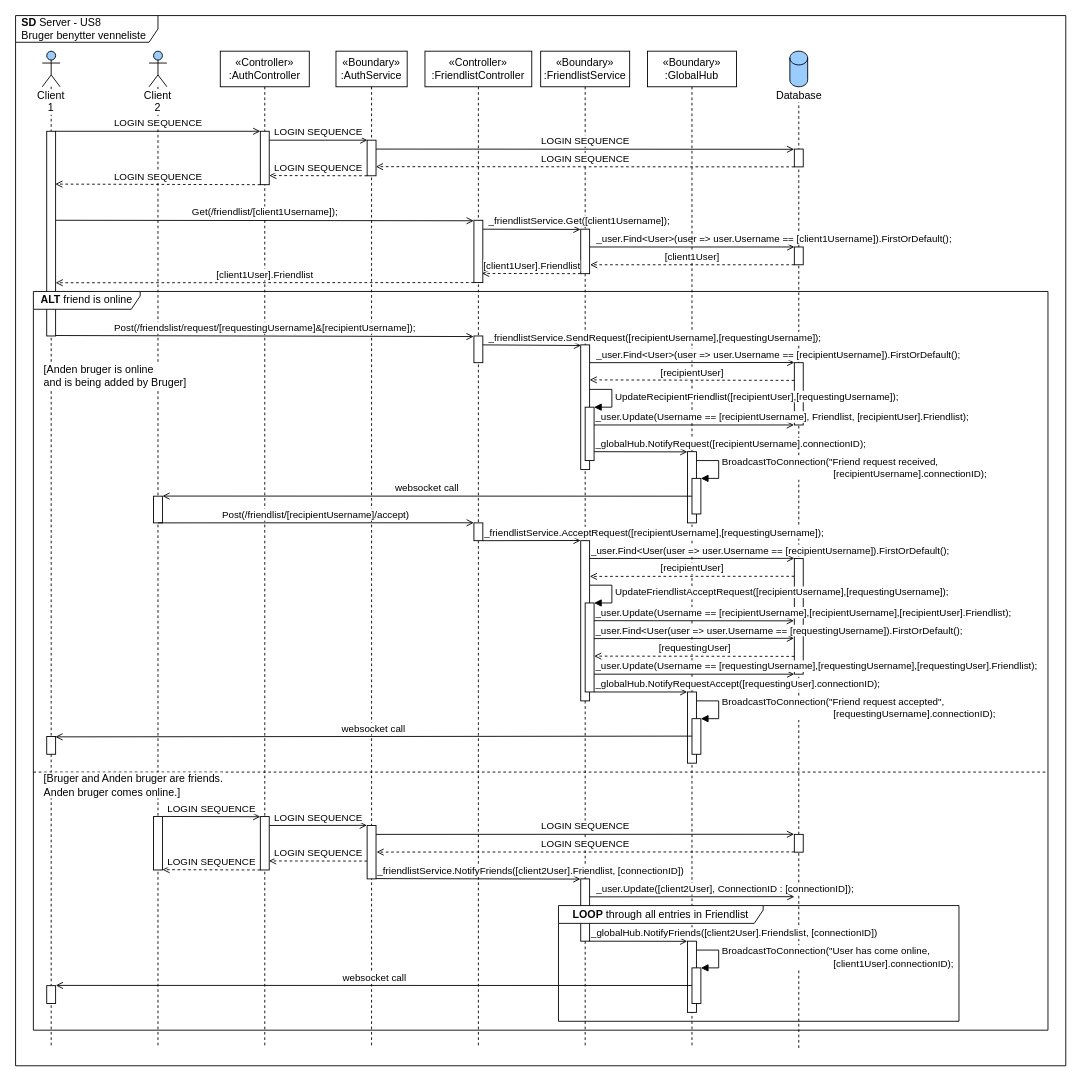
The draw.io diagram page "SD-Server" (2 of 3) of diagrams/arkitektur/US8_friendslist.drawio in Macradon/I7BAC-PlugNPlay, before the edit. Source tidied: cells renumbered, new cells numbered last; positions are measured from the earlier drawing's top-left corner, leaving out a move shared by most shapes. Both pictures are drawn from the tidied source at 89%, with x=0, y=0 at pixel (15, 15).
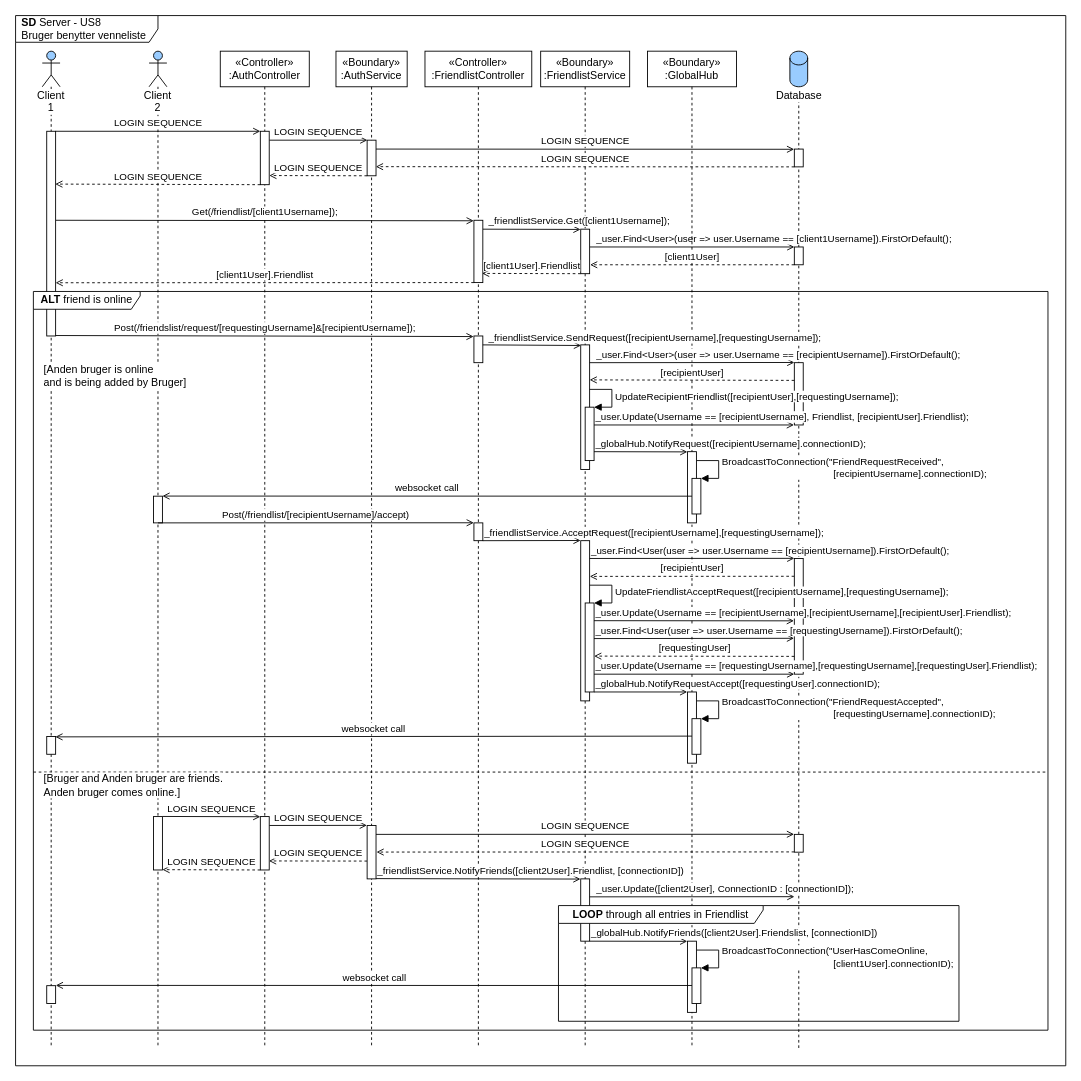
Above is the later version.

Unchanged cells that the change refers to:
```xml
<mxCell id="77" style="html=1;points=[];perimeter=orthogonalPerimeter;labelBackgroundColor=#ffffff;align=center;" parent="1" vertex="1">
  <mxGeometry x="760" y="790" width="10" height="40" as="geometry" />
</mxCell>
<mxCell id="82" style="html=1;points=[];perimeter=orthogonalPerimeter;labelBackgroundColor=#ffffff;align=center;" parent="1" vertex="1">
  <mxGeometry x="760" y="1070" width="10" height="40" as="geometry" />
</mxCell>
<mxCell id="87" style="html=1;points=[];perimeter=orthogonalPerimeter;labelBackgroundColor=#ffffff;align=center;" parent="1" vertex="1">
  <mxGeometry x="760" y="520" width="10" height="40" as="geometry" />
</mxCell>
```

Change to the diagram source:
```diff
@@
-    <mxCell id="25" value="BroadcastToConnection(&quot;Friend request received,&lt;br&gt;&amp;nbsp; &amp;nbsp; &amp;nbsp; &amp;nbsp; &amp;nbsp; &amp;nbsp; &amp;nbsp; &amp;nbsp; &amp;nbsp; &amp;nbsp; &amp;nbsp; &amp;nbsp; &amp;nbsp; &amp;nbsp; &amp;nbsp; &amp;nbsp; &amp;nbsp; &amp;nbsp; &amp;nbsp; &amp;nbsp; &amp;nbsp;[recipientUsername].connectionID);" style="edgeStyle=orthogonalEdgeStyle;html=1;align=left;spacingLeft=2;endArrow=block;rounded=0;entryX=1;entryY=0;" parent="1" edge="1" target="87">
+    <mxCell id="25" value="BroadcastToConnection(&quot;FriendRequestReceived&quot;,&lt;br&gt;&amp;nbsp; &amp;nbsp; &amp;nbsp; &amp;nbsp; &amp;nbsp; &amp;nbsp; &amp;nbsp; &amp;nbsp; &amp;nbsp; &amp;nbsp; &amp;nbsp; &amp;nbsp; &amp;nbsp; &amp;nbsp; &amp;nbsp; &amp;nbsp; &amp;nbsp; &amp;nbsp; &amp;nbsp; &amp;nbsp; &amp;nbsp;[recipientUsername].connectionID);" style="edgeStyle=orthogonalEdgeStyle;html=1;align=left;spacingLeft=2;endArrow=block;rounded=0;entryX=1;entryY=0;" parent="1" edge="1" target="87">
       <mxGeometry relative="1" as="geometry">
         <mxPoint x="765" y="500" as="sourcePoint" />
         <Array as="points">
           <mxPoint x="790" y="500" />
         </Array>
       </mxGeometry>
     </mxCell>
@@
-    <mxCell id="27" value="BroadcastToConnection(&quot;Friend request accepted&quot;,&lt;br&gt;&amp;nbsp; &amp;nbsp; &amp;nbsp; &amp;nbsp; &amp;nbsp; &amp;nbsp; &amp;nbsp; &amp;nbsp; &amp;nbsp; &amp;nbsp; &amp;nbsp; &amp;nbsp; &amp;nbsp; &amp;nbsp; &amp;nbsp; &amp;nbsp; &amp;nbsp; &amp;nbsp; &amp;nbsp; &amp;nbsp; &amp;nbsp;[requestingUsername].connectionID);" style="edgeStyle=orthogonalEdgeStyle;html=1;align=left;spacingLeft=2;endArrow=block;rounded=0;entryX=1;entryY=0;" parent="1" edge="1" target="77">
+    <mxCell id="27" value="BroadcastToConnection(&quot;FriendRequestAccepted&quot;,&lt;br&gt;&amp;nbsp; &amp;nbsp; &amp;nbsp; &amp;nbsp; &amp;nbsp; &amp;nbsp; &amp;nbsp; &amp;nbsp; &amp;nbsp; &amp;nbsp; &amp;nbsp; &amp;nbsp; &amp;nbsp; &amp;nbsp; &amp;nbsp; &amp;nbsp; &amp;nbsp; &amp;nbsp; &amp;nbsp; &amp;nbsp; &amp;nbsp;[requestingUsername].connectionID);" style="edgeStyle=orthogonalEdgeStyle;html=1;align=left;spacingLeft=2;endArrow=block;rounded=0;entryX=1;entryY=0;" parent="1" edge="1" target="77">
       <mxGeometry relative="1" as="geometry">
         <mxPoint x="765" y="770" as="sourcePoint" />
         <Array as="points">
           <mxPoint x="790" y="770" />
         </Array>
       </mxGeometry>
     </mxCell>
@@
-    <mxCell id="36" value="BroadcastToConnection(&quot;User has come online,&lt;br&gt;&amp;nbsp; &amp;nbsp; &amp;nbsp; &amp;nbsp; &amp;nbsp; &amp;nbsp; &amp;nbsp; &amp;nbsp; &amp;nbsp; &amp;nbsp; &amp;nbsp; &amp;nbsp; &amp;nbsp; &amp;nbsp; &amp;nbsp; &amp;nbsp; &amp;nbsp; &amp;nbsp; &amp;nbsp; &amp;nbsp; &amp;nbsp;[client1User].connectionID);" style="edgeStyle=orthogonalEdgeStyle;html=1;align=left;spacingLeft=2;endArrow=block;rounded=0;entryX=1;entryY=0;" parent="1" edge="1" target="82">
+    <mxCell id="36" value="BroadcastToConnection(&quot;UserHasComeOnline,&lt;br&gt;&amp;nbsp; &amp;nbsp; &amp;nbsp; &amp;nbsp; &amp;nbsp; &amp;nbsp; &amp;nbsp; &amp;nbsp; &amp;nbsp; &amp;nbsp; &amp;nbsp; &amp;nbsp; &amp;nbsp; &amp;nbsp; &amp;nbsp; &amp;nbsp; &amp;nbsp; &amp;nbsp; &amp;nbsp; &amp;nbsp; &amp;nbsp;[client1User].connectionID);" style="edgeStyle=orthogonalEdgeStyle;html=1;align=left;spacingLeft=2;endArrow=block;rounded=0;entryX=1;entryY=0;" parent="1" edge="1" target="82">
       <mxGeometry relative="1" as="geometry">
         <mxPoint x="765" y="1050" as="sourcePoint" />
         <Array as="points">
           <mxPoint x="790" y="1050" />
         </Array>
       </mxGeometry>
     </mxCell>
@@
-    <mxCell id="86" value="&lt;b&gt;LOOP&lt;/b&gt;&amp;nbsp;through all entries in Friendlist" style="shape=umlFrame;whiteSpace=wrap;html=1;labelBackgroundColor=#ffffff;align=center;width=230;height=20;" parent="1" vertex="1">
-      <mxGeometry x="610" y="1000" width="450" height="130" as="geometry" />
-    </mxCell>
@@
+    <mxCell id="86" value="&lt;b&gt;LOOP&lt;/b&gt;&amp;nbsp;through all entries in Friendlist" style="shape=umlFrame;whiteSpace=wrap;html=1;labelBackgroundColor=#ffffff;align=center;width=230;height=20;" parent="1" vertex="1">
+      <mxGeometry x="610" y="1000" width="450" height="130" as="geometry" />
+    </mxCell>
```
